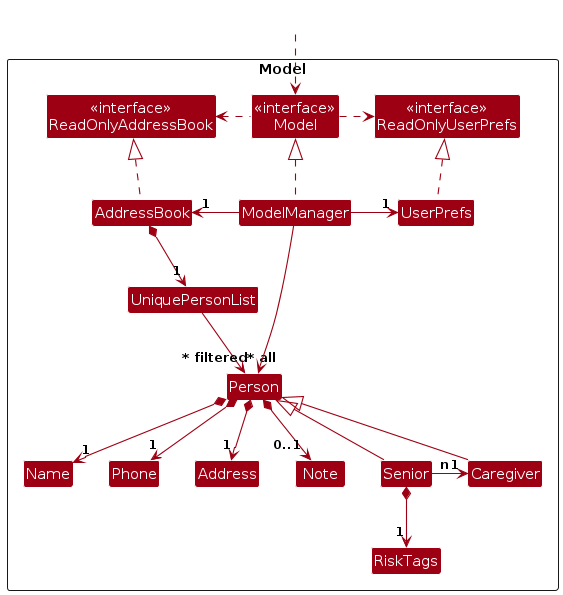
AY2526S1-CS2103-F13-4/tp keeps this PlantUML diagram as diagrams/ModelClassDiagram.png. Above is the earlier version. Its source is kept beside it as diagrams/ModelClassDiagram.puml.
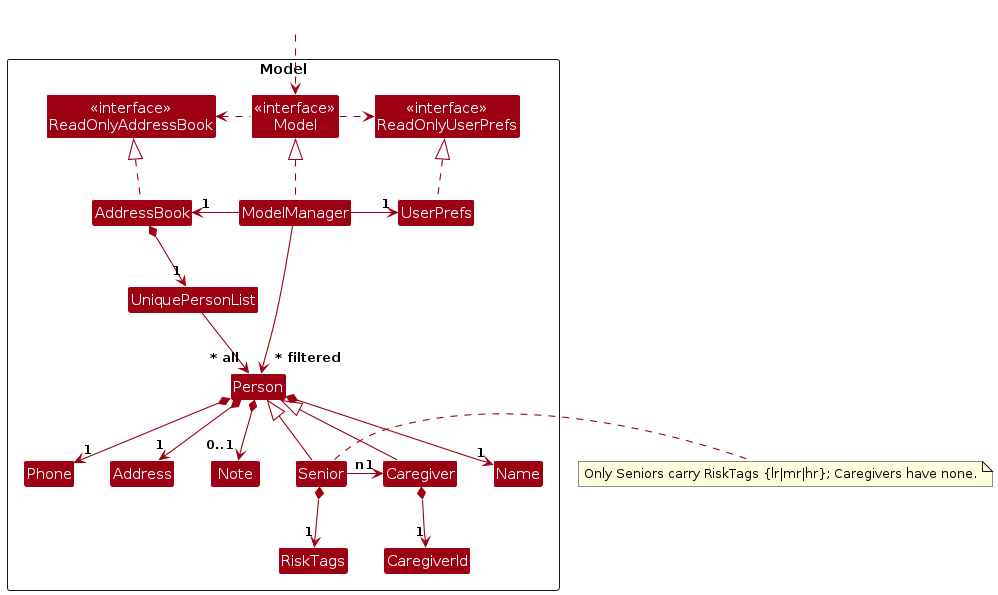
After the change.

What changed in the source:
```diff
@@ -23,6 +23,7 @@
 Class RiskTags
 
 Class Caregiver
+Class CaregiverId
 
 Class I #FFFFFF
 }
@@ -56,9 +57,12 @@
 
 Senior -up-|> Person
 Senior *--> "1" RiskTags
-Senior "n" -right-> "1" Caregiver
+    Senior "n" -right-> "1" Caregiver
 
 Caregiver -up-|> Person
+Caregiver *--> "1" CaregiverId
 
 ModelManager --> "~* filtered" Person
+
+note right of Senior : Only Seniors carry RiskTags {lr|mr|hr}; Caregivers have none.
 @enduml
```
